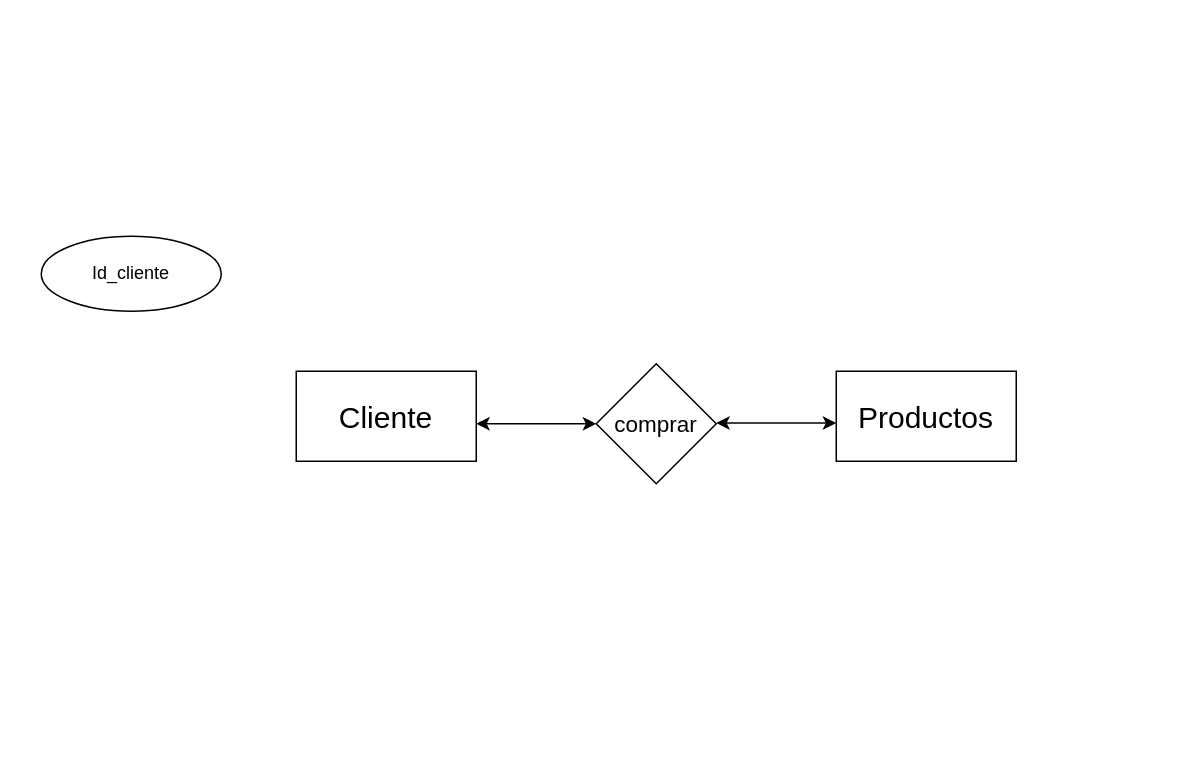
This is Ejercicio 1.drawio from AndresitoUwO/Modelos_Entidad_Relacion, a draw.io file, before an edit. Source tidied: cells renumbered, new cells numbered last; positions are measured from the earlier drawing's top-left corner, leaving out a move shared by most shapes. Both pictures are drawn from the tidied source at 150%, with x=0, y=0 at pixel (40, 236).
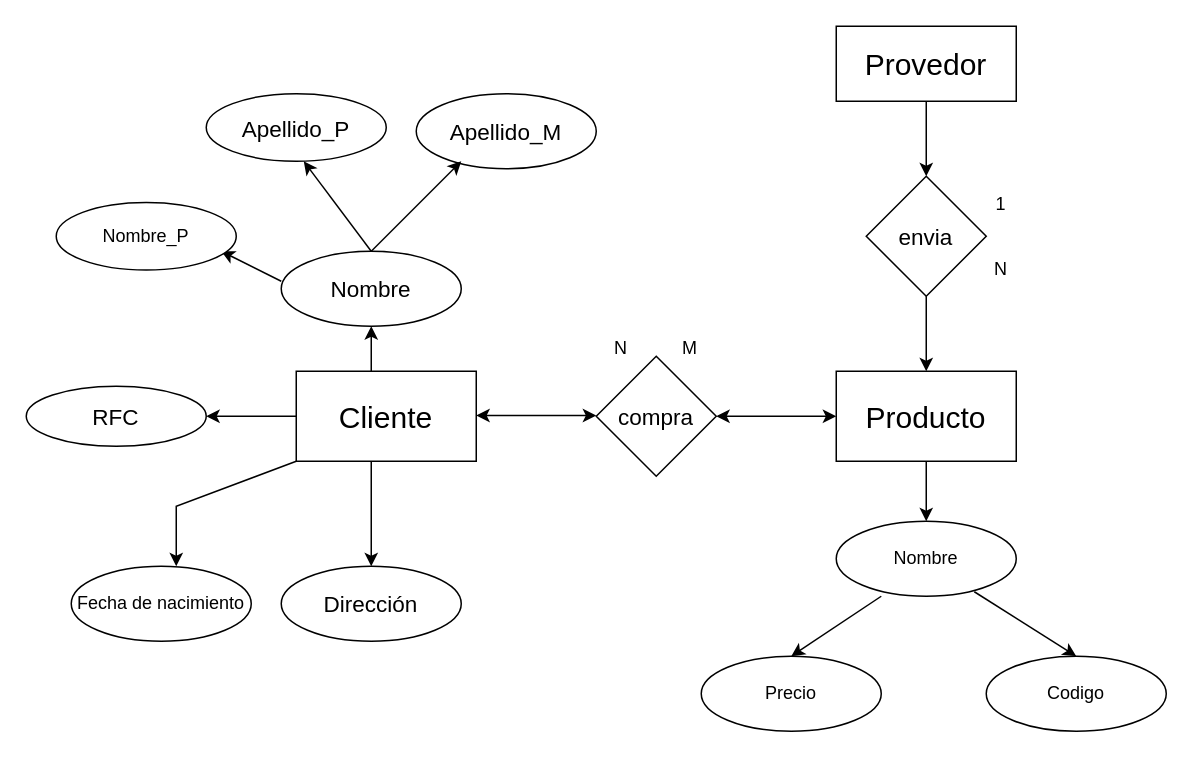
After the change.

Change to the diagram source:
```diff
@@
-    <mxCell id="3" value="Id_cliente" style="ellipse;whiteSpace=wrap;html=1;" parent="1" vertex="1">
-      <mxGeometry width="120" height="50" as="geometry" />
-    </mxCell>
-    <mxCell id="4" value="&lt;span style=&quot;font-size: 15px;&quot;&gt;comprar&lt;/span&gt;" style="rhombus;whiteSpace=wrap;html=1;" parent="1" vertex="1">
-      <mxGeometry x="370" y="85" width="80" height="80" as="geometry" />
+    <mxCell id="4" value="&lt;span style=&quot;font-size: 15px;&quot;&gt;compra&lt;/span&gt;" style="rhombus;whiteSpace=wrap;html=1;" parent="1" vertex="1">
+      <mxGeometry x="370" y="80" width="80" height="80" as="geometry" />
     </mxCell>
-    <mxCell id="5" style="endArrow=classic;startArrow=classic;html=1;rounded=0;entryX=0;entryY=0.5;entryDx=0;entryDy=0;" parent="1" edge="1" target="4">
+    <mxCell id="5" style="endArrow=classic;startArrow=classic;html=1;rounded=0;entryX=0;entryY=0.5;entryDx=0;entryDy=0;" parent="1" edge="1">
       <mxGeometry relative="1" as="geometry">
-        <mxPoint x="290" y="125" as="sourcePoint" />
+        <mxPoint x="290" y="119.5" as="sourcePoint" />
+        <mxPoint x="370" y="119.5" as="targetPoint" />
       </mxGeometry>
     </mxCell>
     <mxCell id="6" style="endArrow=classic;startArrow=classic;html=1;rounded=0;entryX=0;entryY=0.5;entryDx=0;entryDy=0;" parent="1" edge="1">
       <mxGeometry relative="1" as="geometry">
-        <mxPoint x="450" y="124.5" as="sourcePoint" />
-        <mxPoint x="530" y="124.5" as="targetPoint" />
+        <mxPoint x="450" y="120" as="sourcePoint" />
+        <mxPoint x="530" y="120" as="targetPoint" />
       </mxGeometry>
     </mxCell>
-    <mxCell id="7" value="&lt;span style=&quot;font-size: 20px;&quot;&gt;Productos&lt;/span&gt;" style="rounded=0;whiteSpace=wrap;html=1;" parent="1" vertex="1">
+    <mxCell id="7" value="&lt;span style=&quot;font-size: 20px;&quot;&gt;Producto&lt;/span&gt;" style="rounded=0;whiteSpace=wrap;html=1;" parent="1" vertex="1">
       <mxGeometry x="530" y="90" width="120" height="60" as="geometry" />
     </mxCell>
+    <mxCell id="8" value="&lt;font style=&quot;font-size: 20px;&quot;&gt;Provedor&lt;/font&gt;" style="rounded=0;whiteSpace=wrap;html=1;" parent="1" vertex="1">
+      <mxGeometry x="530" y="-140" width="120" height="50" as="geometry" />
+    </mxCell>
+    <mxCell id="9" value="N&amp;nbsp; &amp;nbsp; &amp;nbsp; &amp;nbsp; &amp;nbsp; &amp;nbsp;M" style="text;strokeColor=none;align=center;fillColor=none;html=1;verticalAlign=middle;whiteSpace=wrap;rounded=0;" parent="1" vertex="1">
+      <mxGeometry x="380" y="60" width="60" height="30" as="geometry" />
+    </mxCell>
+    <mxCell id="10" value="&lt;font style=&quot;font-size: 15px;&quot;&gt;envia&lt;/font&gt;" style="rhombus;whiteSpace=wrap;html=1;" parent="1" vertex="1">
+      <mxGeometry x="550" y="-40" width="80" height="80" as="geometry" />
+    </mxCell>
+    <mxCell id="11" style="endArrow=classic;html=1;rounded=0;entryX=0.5;entryY=0;entryDx=0;entryDy=0;" parent="1" edge="1" target="10">
+      <mxGeometry relative="1" as="geometry">
+        <mxPoint x="590" y="-90" as="sourcePoint" />
+      </mxGeometry>
+    </mxCell>
+    <mxCell id="12" style="endArrow=classic;html=1;rounded=0;entryX=0.5;entryY=0;entryDx=0;entryDy=0;" parent="1" edge="1" target="7">
+      <mxGeometry relative="1" as="geometry">
+        <mxPoint x="590" y="40" as="sourcePoint" />
+      </mxGeometry>
+    </mxCell>
+    <mxCell id="13" value="1&lt;br&gt;&lt;br&gt;&lt;br&gt;N" style="text;strokeColor=none;align=center;fillColor=none;html=1;verticalAlign=middle;whiteSpace=wrap;rounded=0;" parent="1" vertex="1">
+      <mxGeometry x="610" y="-15" width="60" height="30" as="geometry" />
+    </mxCell>
+    <mxCell id="14" style="endArrow=classic;html=1;rounded=0;" parent="1" edge="1">
+      <mxGeometry relative="1" as="geometry">
+        <mxPoint x="220" y="90" as="sourcePoint" />
+        <mxPoint x="220" y="60" as="targetPoint" />
+      </mxGeometry>
+    </mxCell>
+    <mxCell id="15" style="endArrow=classic;html=1;rounded=0;" parent="1" edge="1">
+      <mxGeometry relative="1" as="geometry">
+        <mxPoint x="220" y="150" as="sourcePoint" />
+        <mxPoint x="220" y="220" as="targetPoint" />
+      </mxGeometry>
+    </mxCell>
+    <mxCell id="16" style="endArrow=classic;html=1;rounded=0;" parent="1" edge="1">
+      <mxGeometry relative="1" as="geometry">
+        <mxPoint x="170" y="120" as="sourcePoint" />
+        <mxPoint x="110" y="120" as="targetPoint" />
+      </mxGeometry>
+    </mxCell>
+    <mxCell id="17" value="&lt;font style=&quot;font-size: 15px;&quot;&gt;Nombre&lt;/font&gt;" style="ellipse;whiteSpace=wrap;html=1;" parent="1" vertex="1">
+      <mxGeometry x="160" y="10" width="120" height="50" as="geometry" />
+    </mxCell>
+    <mxCell id="18" value="&lt;font style=&quot;font-size: 15px;&quot;&gt;Apellido_M&lt;/font&gt;" style="ellipse;whiteSpace=wrap;html=1;" parent="1" vertex="1">
+      <mxGeometry x="250" y="-95" width="120" height="50" as="geometry" />
+    </mxCell>
+    <mxCell id="19" value="&lt;font style=&quot;font-size: 15px;&quot;&gt;RFC&lt;/font&gt;" style="ellipse;whiteSpace=wrap;html=1;" parent="1" vertex="1">
+      <mxGeometry x="-10" y="100" width="120" height="40" as="geometry" />
+    </mxCell>
+    <mxCell id="20" value="&lt;font style=&quot;font-size: 15px;&quot;&gt;Dirección&lt;/font&gt;" style="ellipse;whiteSpace=wrap;html=1;" parent="1" vertex="1">
+      <mxGeometry x="160" y="220" width="120" height="50" as="geometry" />
+    </mxCell>
+    <mxCell id="21" style="endArrow=classic;html=1;rounded=0;" parent="1" edge="1">
+      <mxGeometry relative="1" as="geometry">
+        <mxPoint x="170" y="150" as="sourcePoint" />
+        <mxPoint x="90" y="220" as="targetPoint" />
+        <Array as="points">
+          <mxPoint x="90" y="180" />
+        </Array>
+      </mxGeometry>
+    </mxCell>
+    <mxCell id="22" value="Fecha de nacimiento" style="ellipse;whiteSpace=wrap;html=1;" parent="1" vertex="1">
+      <mxGeometry x="20" y="220" width="120" height="50" as="geometry" />
+    </mxCell>
+    <mxCell id="23" value="Nombre" style="ellipse;whiteSpace=wrap;html=1;" parent="1" vertex="1">
+      <mxGeometry x="530" y="190" width="120" height="50" as="geometry" />
+    </mxCell>
+    <mxCell id="24" value="Precio" style="ellipse;whiteSpace=wrap;html=1;" parent="1" vertex="1">
+      <mxGeometry x="440" y="280" width="120" height="50" as="geometry" />
+    </mxCell>
+    <mxCell id="25" value="Codigo" style="ellipse;whiteSpace=wrap;html=1;" parent="1" vertex="1">
+      <mxGeometry x="630" y="280" width="120" height="50" as="geometry" />
+    </mxCell>
+    <mxCell id="26" style="endArrow=classic;html=1;rounded=0;entryX=0.5;entryY=0;entryDx=0;entryDy=0;" parent="1" edge="1" target="23">
+      <mxGeometry relative="1" as="geometry">
+        <mxPoint x="590" y="150" as="sourcePoint" />
+      </mxGeometry>
+    </mxCell>
+    <mxCell id="27" style="endArrow=classic;html=1;rounded=0;entryX=0.5;entryY=0;entryDx=0;entryDy=0;" parent="1" edge="1" target="24">
+      <mxGeometry relative="1" as="geometry">
+        <mxPoint x="560" y="240" as="sourcePoint" />
+      </mxGeometry>
+    </mxCell>
+    <mxCell id="28" style="endArrow=classic;html=1;rounded=0;entryX=0.5;entryY=0;entryDx=0;entryDy=0;exitX=0.767;exitY=0.94;exitDx=0;exitDy=0;exitPerimeter=0;" parent="1" edge="1" source="23" target="25">
+      <mxGeometry relative="1" as="geometry" />
+    </mxCell>
+    <mxCell id="29" style="endArrow=classic;html=1;rounded=0;entryX=0.5;entryY=1;entryDx=0;entryDy=0;" parent="1" edge="1">
+      <mxGeometry relative="1" as="geometry">
+        <mxPoint x="220" y="10" as="sourcePoint" />
+        <mxPoint x="280" y="-50" as="targetPoint" />
+      </mxGeometry>
+    </mxCell>
+    <mxCell id="30" value="&lt;font style=&quot;font-size: 15px;&quot;&gt;Apellido_P&lt;/font&gt;" style="ellipse;whiteSpace=wrap;html=1;" parent="1" vertex="1">
+      <mxGeometry x="110" y="-95" width="120" height="45" as="geometry" />
+    </mxCell>
+    <mxCell id="31" style="endArrow=classic;html=1;rounded=0;entryX=0.5;entryY=1;entryDx=0;entryDy=0;" parent="1" edge="1">
+      <mxGeometry relative="1" as="geometry">
+        <mxPoint x="220" y="10" as="sourcePoint" />
+        <mxPoint x="175" y="-50" as="targetPoint" />
+      </mxGeometry>
+    </mxCell>
+    <mxCell id="32" style="endArrow=classic;html=1;rounded=0;" parent="1" edge="1">
+      <mxGeometry relative="1" as="geometry">
+        <mxPoint x="160" y="30" as="sourcePoint" />
+        <mxPoint x="120" y="10" as="targetPoint" />
+      </mxGeometry>
+    </mxCell>
+    <mxCell id="33" value="Nombre_P" style="ellipse;whiteSpace=wrap;html=1;" parent="1" vertex="1">
+      <mxGeometry x="10" y="-22.5" width="120" height="45" as="geometry" />
+    </mxCell>
```
